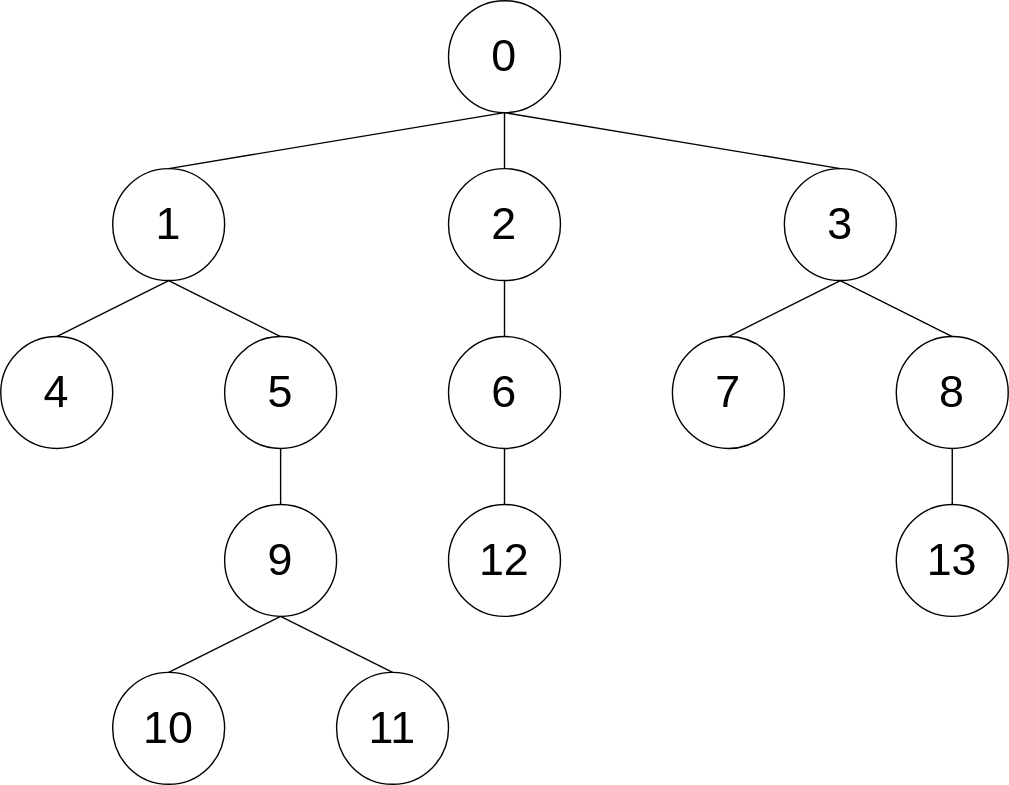
Earlier version of the draw.io export lib/cpalgo/tree/tests/heavy_light_decomposition_testcase2.drawio.svg (xirc/cp-algorithm). Source tidied: cells renumbered, new cells last; positions are measured from the earlier drawing's top-left corner, leaving out a move shared by most shapes.
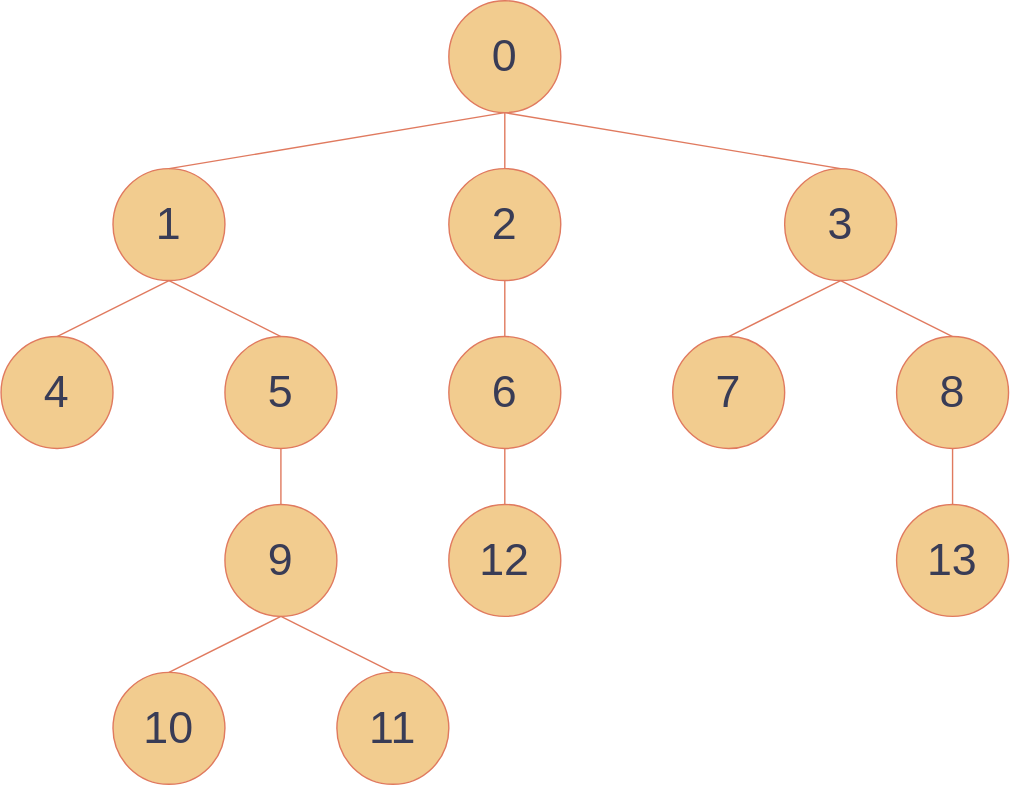
After the change.

Change to the diagram source:
```diff
@@ -1,86 +1,86 @@
-<mxGraphModel>
+<mxGraphModel background="#FFFFFF">
   <root>
     <mxCell id="0" />
     <mxCell id="1" parent="0" />
-    <mxCell id="2" value="0" style="ellipse;whiteSpace=wrap;html=1;fontSize=32;" parent="1" vertex="1">
+    <mxCell id="2" value="0" style="ellipse;whiteSpace=wrap;html=1;fontSize=32;fillColor=#F2CC8F;strokeColor=#E07A5F;fontColor=#393C56;" parent="1" vertex="1">
       <mxGeometry x="320" width="80" height="80" as="geometry" />
     </mxCell>
-    <mxCell id="3" value="1" style="ellipse;whiteSpace=wrap;html=1;fontSize=32;" parent="1" vertex="1">
+    <mxCell id="3" value="1" style="ellipse;whiteSpace=wrap;html=1;fontSize=32;fillColor=#F2CC8F;strokeColor=#E07A5F;fontColor=#393C56;" parent="1" vertex="1">
       <mxGeometry x="80" y="120" width="80" height="80" as="geometry" />
     </mxCell>
-    <mxCell id="4" value="2" style="ellipse;whiteSpace=wrap;html=1;fontSize=32;" parent="1" vertex="1">
+    <mxCell id="4" value="2" style="ellipse;whiteSpace=wrap;html=1;fontSize=32;fillColor=#F2CC8F;strokeColor=#E07A5F;fontColor=#393C56;" parent="1" vertex="1">
       <mxGeometry x="320" y="120" width="80" height="80" as="geometry" />
     </mxCell>
-    <mxCell id="5" value="4" style="ellipse;whiteSpace=wrap;html=1;fontSize=32;" parent="1" vertex="1">
+    <mxCell id="5" value="4" style="ellipse;whiteSpace=wrap;html=1;fontSize=32;fillColor=#F2CC8F;strokeColor=#E07A5F;fontColor=#393C56;" parent="1" vertex="1">
       <mxGeometry y="240" width="80" height="80" as="geometry" />
     </mxCell>
-    <mxCell id="6" value="3" style="ellipse;whiteSpace=wrap;html=1;fontSize=32;" parent="1" vertex="1">
+    <mxCell id="6" value="3" style="ellipse;whiteSpace=wrap;html=1;fontSize=32;fillColor=#F2CC8F;strokeColor=#E07A5F;fontColor=#393C56;" parent="1" vertex="1">
       <mxGeometry x="560" y="120" width="80" height="80" as="geometry" />
     </mxCell>
-    <mxCell id="7" value="5" style="ellipse;whiteSpace=wrap;html=1;fontSize=32;" parent="1" vertex="1">
+    <mxCell id="7" value="5" style="ellipse;whiteSpace=wrap;html=1;fontSize=32;fillColor=#F2CC8F;strokeColor=#E07A5F;fontColor=#393C56;" parent="1" vertex="1">
       <mxGeometry x="160" y="240" width="80" height="80" as="geometry" />
     </mxCell>
-    <mxCell id="8" value="10" style="ellipse;whiteSpace=wrap;html=1;fontSize=32;" parent="1" vertex="1">
+    <mxCell id="8" value="10" style="ellipse;whiteSpace=wrap;html=1;fontSize=32;fillColor=#F2CC8F;strokeColor=#E07A5F;fontColor=#393C56;" parent="1" vertex="1">
       <mxGeometry x="80" y="480" width="80" height="80" as="geometry" />
     </mxCell>
-    <mxCell id="9" value="11" style="ellipse;whiteSpace=wrap;html=1;fontSize=32;" parent="1" vertex="1">
+    <mxCell id="9" value="11" style="ellipse;whiteSpace=wrap;html=1;fontSize=32;fillColor=#F2CC8F;strokeColor=#E07A5F;fontColor=#393C56;" parent="1" vertex="1">
       <mxGeometry x="240" y="480" width="80" height="80" as="geometry" />
     </mxCell>
-    <mxCell id="10" style="endArrow=none;html=1;entryX=0.5;entryY=1;entryDx=0;entryDy=0;exitX=0.5;exitY=0;exitDx=0;exitDy=0;" parent="1" edge="1" source="3" target="2">
+    <mxCell id="10" style="endArrow=none;html=1;entryX=0.5;entryY=1;entryDx=0;entryDy=0;exitX=0.5;exitY=0;exitDx=0;exitDy=0;labelBackgroundColor=#F4F1DE;strokeColor=#E07A5F;fontColor=#393C56;" parent="1" edge="1" source="3" target="2">
       <mxGeometry relative="1" as="geometry" />
     </mxCell>
-    <mxCell id="11" value="9" style="ellipse;whiteSpace=wrap;html=1;fontSize=32;" parent="1" vertex="1">
+    <mxCell id="11" value="9" style="ellipse;whiteSpace=wrap;html=1;fontSize=32;fillColor=#F2CC8F;strokeColor=#E07A5F;fontColor=#393C56;" parent="1" vertex="1">
       <mxGeometry x="160" y="360" width="80" height="80" as="geometry" />
     </mxCell>
-    <mxCell id="12" value="12" style="ellipse;whiteSpace=wrap;html=1;fontSize=32;" parent="1" vertex="1">
+    <mxCell id="12" value="12" style="ellipse;whiteSpace=wrap;html=1;fontSize=32;fillColor=#F2CC8F;strokeColor=#E07A5F;fontColor=#393C56;" parent="1" vertex="1">
       <mxGeometry x="320" y="360" width="80" height="80" as="geometry" />
     </mxCell>
-    <mxCell id="13" value="6" style="ellipse;whiteSpace=wrap;html=1;fontSize=32;" parent="1" vertex="1">
+    <mxCell id="13" value="6" style="ellipse;whiteSpace=wrap;html=1;fontSize=32;fillColor=#F2CC8F;strokeColor=#E07A5F;fontColor=#393C56;" parent="1" vertex="1">
       <mxGeometry x="320" y="240" width="80" height="80" as="geometry" />
     </mxCell>
-    <mxCell id="14" value="7" style="ellipse;whiteSpace=wrap;html=1;fontSize=32;" parent="1" vertex="1">
+    <mxCell id="14" value="7" style="ellipse;whiteSpace=wrap;html=1;fontSize=32;fillColor=#F2CC8F;strokeColor=#E07A5F;fontColor=#393C56;" parent="1" vertex="1">
       <mxGeometry x="480" y="240" width="80" height="80" as="geometry" />
     </mxCell>
-    <mxCell id="15" value="8" style="ellipse;whiteSpace=wrap;html=1;fontSize=32;" parent="1" vertex="1">
+    <mxCell id="15" value="8" style="ellipse;whiteSpace=wrap;html=1;fontSize=32;fillColor=#F2CC8F;strokeColor=#E07A5F;fontColor=#393C56;" parent="1" vertex="1">
       <mxGeometry x="640" y="240" width="80" height="80" as="geometry" />
     </mxCell>
-    <mxCell id="16" value="13" style="ellipse;whiteSpace=wrap;html=1;fontSize=32;" parent="1" vertex="1">
+    <mxCell id="16" value="13" style="ellipse;whiteSpace=wrap;html=1;fontSize=32;fillColor=#F2CC8F;strokeColor=#E07A5F;fontColor=#393C56;" parent="1" vertex="1">
       <mxGeometry x="640" y="360" width="80" height="80" as="geometry" />
     </mxCell>
-    <mxCell id="17" style="endArrow=none;html=1;entryX=0.5;entryY=1;entryDx=0;entryDy=0;exitX=0.5;exitY=0;exitDx=0;exitDy=0;" parent="1" edge="1" source="4" target="2">
+    <mxCell id="17" style="endArrow=none;html=1;entryX=0.5;entryY=1;entryDx=0;entryDy=0;exitX=0.5;exitY=0;exitDx=0;exitDy=0;labelBackgroundColor=#F4F1DE;strokeColor=#E07A5F;fontColor=#393C56;" parent="1" edge="1" source="4" target="2">
       <mxGeometry relative="1" as="geometry" />
     </mxCell>
-    <mxCell id="18" style="endArrow=none;html=1;entryX=0.5;entryY=1;entryDx=0;entryDy=0;exitX=0.5;exitY=0;exitDx=0;exitDy=0;" parent="1" edge="1" source="6" target="2">
+    <mxCell id="18" style="endArrow=none;html=1;entryX=0.5;entryY=1;entryDx=0;entryDy=0;exitX=0.5;exitY=0;exitDx=0;exitDy=0;labelBackgroundColor=#F4F1DE;strokeColor=#E07A5F;fontColor=#393C56;" parent="1" edge="1" source="6" target="2">
       <mxGeometry relative="1" as="geometry" />
     </mxCell>
-    <mxCell id="19" style="endArrow=none;html=1;entryX=0.5;entryY=1;entryDx=0;entryDy=0;exitX=0.5;exitY=0;exitDx=0;exitDy=0;" parent="1" edge="1" source="5" target="3">
+    <mxCell id="19" style="endArrow=none;html=1;entryX=0.5;entryY=1;entryDx=0;entryDy=0;exitX=0.5;exitY=0;exitDx=0;exitDy=0;labelBackgroundColor=#F4F1DE;strokeColor=#E07A5F;fontColor=#393C56;" parent="1" edge="1" source="5" target="3">
       <mxGeometry relative="1" as="geometry" />
     </mxCell>
-    <mxCell id="20" style="endArrow=none;html=1;entryX=0.5;entryY=1;entryDx=0;entryDy=0;exitX=0.5;exitY=0;exitDx=0;exitDy=0;" parent="1" edge="1" source="7" target="3">
+    <mxCell id="20" style="endArrow=none;html=1;entryX=0.5;entryY=1;entryDx=0;entryDy=0;exitX=0.5;exitY=0;exitDx=0;exitDy=0;labelBackgroundColor=#F4F1DE;strokeColor=#E07A5F;fontColor=#393C56;" parent="1" edge="1" source="7" target="3">
       <mxGeometry relative="1" as="geometry" />
     </mxCell>
-    <mxCell id="21" style="endArrow=none;html=1;entryX=0.5;entryY=0;entryDx=0;entryDy=0;exitX=0.5;exitY=1;exitDx=0;exitDy=0;" parent="1" edge="1" source="7" target="11">
+    <mxCell id="21" style="endArrow=none;html=1;entryX=0.5;entryY=0;entryDx=0;entryDy=0;exitX=0.5;exitY=1;exitDx=0;exitDy=0;labelBackgroundColor=#F4F1DE;strokeColor=#E07A5F;fontColor=#393C56;" parent="1" edge="1" source="7" target="11">
       <mxGeometry relative="1" as="geometry" />
     </mxCell>
-    <mxCell id="22" style="endArrow=none;html=1;exitX=0.5;exitY=1;exitDx=0;exitDy=0;entryX=0.5;entryY=0;entryDx=0;entryDy=0;" parent="1" edge="1" source="11" target="8">
+    <mxCell id="22" style="endArrow=none;html=1;exitX=0.5;exitY=1;exitDx=0;exitDy=0;entryX=0.5;entryY=0;entryDx=0;entryDy=0;labelBackgroundColor=#F4F1DE;strokeColor=#E07A5F;fontColor=#393C56;" parent="1" edge="1" source="11" target="8">
       <mxGeometry relative="1" as="geometry" />
     </mxCell>
-    <mxCell id="23" style="endArrow=none;html=1;entryX=0.5;entryY=0;entryDx=0;entryDy=0;exitX=0.5;exitY=1;exitDx=0;exitDy=0;" parent="1" edge="1" source="11" target="9">
+    <mxCell id="23" style="endArrow=none;html=1;entryX=0.5;entryY=0;entryDx=0;entryDy=0;exitX=0.5;exitY=1;exitDx=0;exitDy=0;labelBackgroundColor=#F4F1DE;strokeColor=#E07A5F;fontColor=#393C56;" parent="1" edge="1" source="11" target="9">
       <mxGeometry relative="1" as="geometry" />
     </mxCell>
-    <mxCell id="24" style="endArrow=none;html=1;entryX=0.5;entryY=0;entryDx=0;entryDy=0;exitX=0.5;exitY=1;exitDx=0;exitDy=0;" parent="1" edge="1" source="4" target="13">
+    <mxCell id="24" style="endArrow=none;html=1;entryX=0.5;entryY=0;entryDx=0;entryDy=0;exitX=0.5;exitY=1;exitDx=0;exitDy=0;labelBackgroundColor=#F4F1DE;strokeColor=#E07A5F;fontColor=#393C56;" parent="1" edge="1" source="4" target="13">
       <mxGeometry relative="1" as="geometry" />
     </mxCell>
-    <mxCell id="25" style="endArrow=none;html=1;entryX=0.5;entryY=0;entryDx=0;entryDy=0;exitX=0.5;exitY=1;exitDx=0;exitDy=0;" parent="1" edge="1" source="13" target="12">
+    <mxCell id="25" style="endArrow=none;html=1;entryX=0.5;entryY=0;entryDx=0;entryDy=0;exitX=0.5;exitY=1;exitDx=0;exitDy=0;labelBackgroundColor=#F4F1DE;strokeColor=#E07A5F;fontColor=#393C56;" parent="1" edge="1" source="13" target="12">
       <mxGeometry relative="1" as="geometry" />
     </mxCell>
-    <mxCell id="26" style="endArrow=none;html=1;entryX=0.5;entryY=0;entryDx=0;entryDy=0;exitX=0.5;exitY=1;exitDx=0;exitDy=0;" parent="1" edge="1" source="6" target="14">
+    <mxCell id="26" style="endArrow=none;html=1;entryX=0.5;entryY=0;entryDx=0;entryDy=0;exitX=0.5;exitY=1;exitDx=0;exitDy=0;labelBackgroundColor=#F4F1DE;strokeColor=#E07A5F;fontColor=#393C56;" parent="1" edge="1" source="6" target="14">
       <mxGeometry relative="1" as="geometry" />
     </mxCell>
-    <mxCell id="27" style="endArrow=none;html=1;entryX=0.5;entryY=0;entryDx=0;entryDy=0;exitX=0.5;exitY=1;exitDx=0;exitDy=0;" parent="1" edge="1" source="6" target="15">
+    <mxCell id="27" style="endArrow=none;html=1;entryX=0.5;entryY=0;entryDx=0;entryDy=0;exitX=0.5;exitY=1;exitDx=0;exitDy=0;labelBackgroundColor=#F4F1DE;strokeColor=#E07A5F;fontColor=#393C56;" parent="1" edge="1" source="6" target="15">
       <mxGeometry relative="1" as="geometry" />
     </mxCell>
-    <mxCell id="28" style="endArrow=none;html=1;entryX=0.5;entryY=1;entryDx=0;entryDy=0;exitX=0.5;exitY=0;exitDx=0;exitDy=0;" parent="1" edge="1" source="16" target="15">
+    <mxCell id="28" style="endArrow=none;html=1;entryX=0.5;entryY=1;entryDx=0;entryDy=0;exitX=0.5;exitY=0;exitDx=0;exitDy=0;labelBackgroundColor=#F4F1DE;strokeColor=#E07A5F;fontColor=#393C56;" parent="1" edge="1" source="16" target="15">
       <mxGeometry relative="1" as="geometry" />
     </mxCell>
   </root>
```
